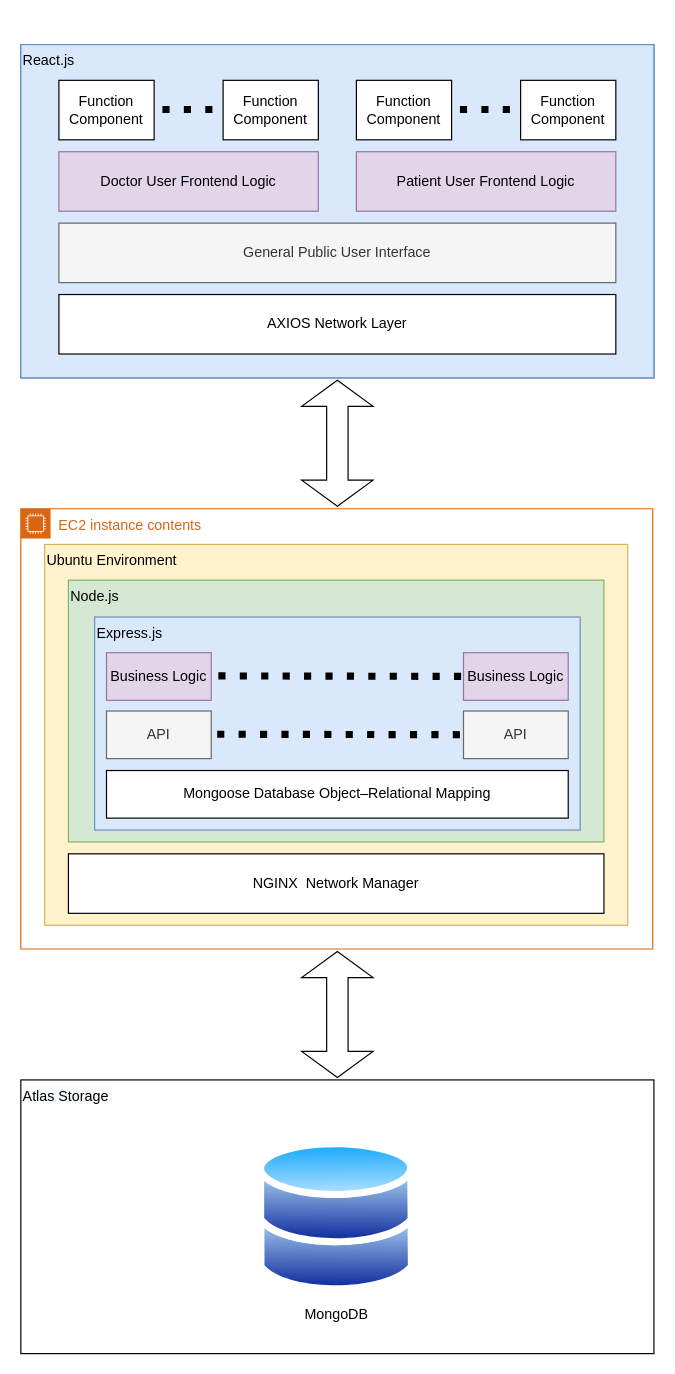
Before: Design/NEUROSOFT.drawio in DMinghao/NEUROSOFT, a draw.io diagram. Source tidied: cells renumbered, new cells numbered last; positions are measured from the earlier drawing's top-left corner, leaving out a move shared by most shapes. Both pictures are drawn from the tidied source at 119%, with x=0, y=0 at pixel (20, 44).
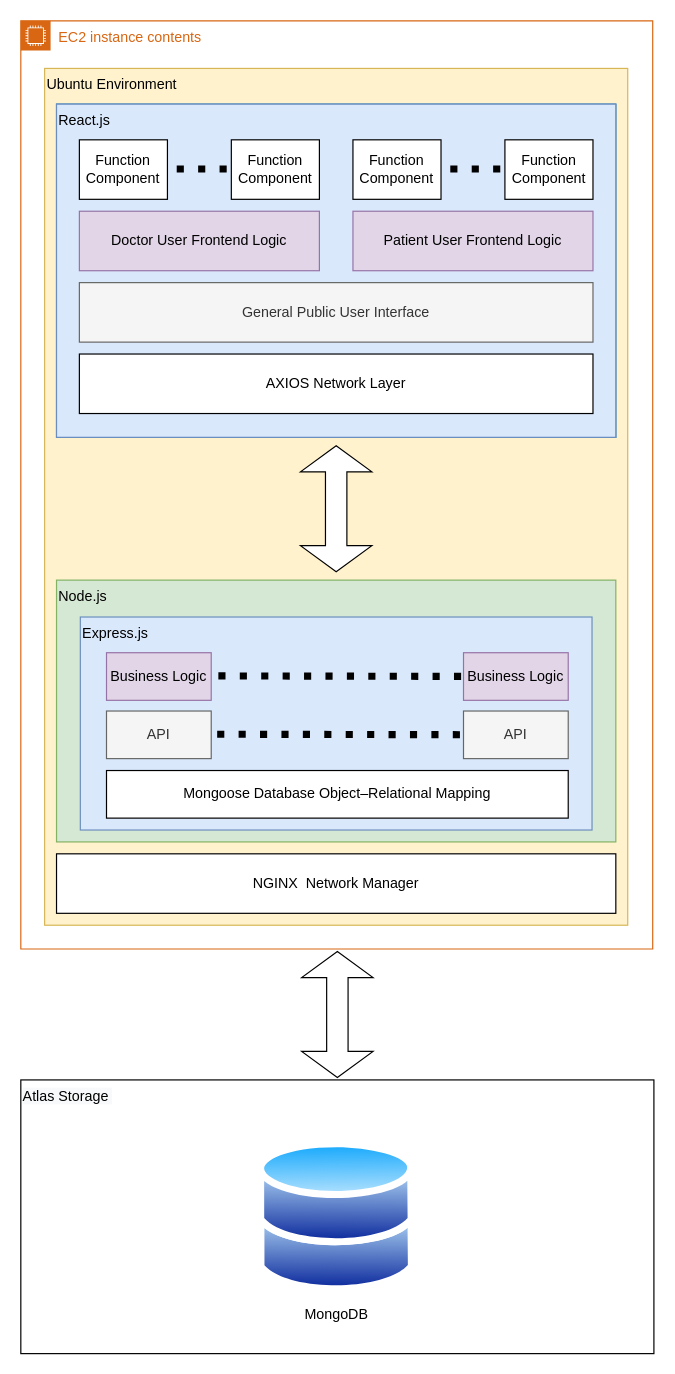
The same page after the edit.

The change refers to these unchanged cells:
```xml
<mxCell id="2" style="group;" parent="1" vertex="1">
  <mxGeometry y="390" width="531" height="370" as="geometry" />
</mxCell>
```

What changed in the source:
```diff
@@
     <mxCell id="3" value="EC2 instance contents" style="gradientColor=none;html=1;whiteSpace=wrap;fontSize=12;fontStyle=0;shape=mxgraph.aws4.group;grIcon=mxgraph.aws4.group_ec2_instance_contents;strokeColor=#D86613;verticalAlign=top;align=left;spacingLeft=30;fontColor=#D86613;dashed=0;" parent="2" vertex="1">
-      <mxGeometry width="531" height="370" as="geometry" />
+      <mxGeometry y="-410" width="531" height="780" as="geometry" />
     </mxCell>
     <mxCell id="4" style="rounded=0;whiteSpace=wrap;html=1;fillColor=#fff2cc;strokeColor=#d6b656;" parent="2" vertex="1">
-      <mxGeometry x="20" y="30" width="490" height="320" as="geometry" />
+      <mxGeometry x="20" y="-370" width="490" height="720" as="geometry" />
     </mxCell>
     <mxCell id="5" value="NGINX&amp;nbsp; Network Manager" style="rounded=0;whiteSpace=wrap;html=1;labelBackgroundColor=none;fillColor=#ffffff;fontColor=#000000;" parent="2" vertex="1">
-      <mxGeometry x="40" y="290" width="450" height="50" as="geometry" />
+      <mxGeometry x="30" y="290" width="470" height="50" as="geometry" />
     </mxCell>
     <mxCell id="6" style="rounded=0;whiteSpace=wrap;html=1;labelBackgroundColor=none;fillColor=#d5e8d4;strokeColor=#82b366;" parent="2" vertex="1">
-      <mxGeometry x="40" y="60" width="450" height="220" as="geometry" />
+      <mxGeometry x="30" y="60" width="470" height="220" as="geometry" />
     </mxCell>
     <mxCell id="7" value="&lt;span style=&quot;color: rgb(0, 0, 0); font-family: helvetica; font-size: 12px; font-style: normal; font-weight: 400; letter-spacing: normal; text-align: center; text-indent: 0px; text-transform: none; word-spacing: 0px; display: inline; float: none;&quot;&gt;Node.js&lt;/span&gt;" style="text;whiteSpace=wrap;html=1;fontColor=#000000;labelBackgroundColor=none;" parent="2" vertex="1">
-      <mxGeometry x="40" y="60" width="74.6" height="34.1" as="geometry" />
+      <mxGeometry x="30" y="60" width="74.6" height="34.1" as="geometry" />
     </mxCell>
     <mxCell id="8" style="rounded=0;whiteSpace=wrap;html=1;labelBackgroundColor=none;fillColor=#dae8fc;strokeColor=#6c8ebf;" parent="2" vertex="1">
-      <mxGeometry x="62" y="91" width="408" height="179" as="geometry" />
+      <mxGeometry x="50" y="91" width="430" height="179" as="geometry" />
     </mxCell>
     <mxCell id="9" value="&lt;span style=&quot;color: rgb(0, 0, 0); font-family: helvetica; font-size: 12px; font-style: normal; font-weight: 400; letter-spacing: normal; text-align: center; text-indent: 0px; text-transform: none; word-spacing: 0px; display: inline; float: none;&quot;&gt;Express.js&lt;/span&gt;" style="text;whiteSpace=wrap;html=1;fontColor=#000000;labelBackgroundColor=none;" parent="2" vertex="1">
-      <mxGeometry x="62" y="91" width="80" height="30" as="geometry" />
+      <mxGeometry x="50" y="91" width="80" height="30" as="geometry" />
     </mxCell>
@@
-    <mxCell id="17" style="html=1;shadow=0;dashed=0;align=center;verticalAlign=middle;shape=mxgraph.arrows2.twoWayArrow;dy=0.7;dx=22;labelBackgroundColor=none;fillColor=#ffffff;fontColor=#000000;rotation=90;" parent="1" vertex="1">
-      <mxGeometry x="213" y="785" width="106" height="60" as="geometry" />
-    </mxCell>
-    <mxCell id="18" style="group;" parent="1" vertex="1">
-      <mxGeometry y="870" width="532" height="230" as="geometry" />
-    </mxCell>
-    <mxCell id="19" style="rounded=0;whiteSpace=wrap;html=1;labelBackgroundColor=none;fillColor=#ffffff;fontColor=#000000;" parent="18" vertex="1">
-      <mxGeometry width="532" height="230" as="geometry" />
-    </mxCell>
-    <mxCell id="20" value="&lt;span&gt;MongoDB&lt;/span&gt;" style="perimeter=ellipsePerimeter;html=1;align=center;shadow=0;dashed=0;spacingTop=3;image;image=img/lib/active_directory/databases.svg;labelBackgroundColor=none;fillColor=#ffffff;fontColor=#000000;" parent="18" vertex="1">
-      <mxGeometry x="199" y="50" width="132.7" height="130" as="geometry" />
-    </mxCell>
-    <mxCell id="21" value="&lt;span style=&quot;color: rgb(0 , 0 , 0) ; font-family: &amp;#34;helvetica&amp;#34; ; font-size: 12px ; font-style: normal ; font-weight: 400 ; letter-spacing: normal ; text-align: center ; text-indent: 0px ; text-transform: none ; word-spacing: 0px ; background-color: rgb(248 , 249 , 250) ; display: inline ; float: none&quot;&gt;Atlas Storage&amp;nbsp;&lt;/span&gt;" style="text;whiteSpace=wrap;html=1;fontColor=#000000;" parent="18" vertex="1">
-      <mxGeometry width="102" height="30" as="geometry" />
-    </mxCell>
-    <mxCell id="22" style="html=1;shadow=0;dashed=0;align=center;verticalAlign=middle;shape=mxgraph.arrows2.twoWayArrow;dy=0.7;dx=22;labelBackgroundColor=none;fillColor=#ffffff;fontColor=#000000;rotation=90;" parent="1" vertex="1">
-      <mxGeometry x="213" y="305" width="106" height="60" as="geometry" />
-    </mxCell>
-    <mxCell id="23" style="group;fillColor=#1ba1e2;strokeColor=#006EAF;fontColor=#ffffff;" parent="1" vertex="1">
-      <mxGeometry width="532" height="280" as="geometry" />
+    <mxCell id="23" style="group;fillColor=#1ba1e2;strokeColor=#006EAF;fontColor=#ffffff;" parent="2" vertex="1">
+      <mxGeometry x="30" y="-340" width="470" height="280" as="geometry" />
     </mxCell>
     <mxCell id="24" style="rounded=0;whiteSpace=wrap;html=1;labelBackgroundColor=none;fillColor=#dae8fc;strokeColor=#6c8ebf;" parent="23" vertex="1">
-      <mxGeometry width="532" height="280" as="geometry" />
+      <mxGeometry width="470" height="280" as="geometry" />
     </mxCell>
     <mxCell id="25" value="&lt;span style=&quot;color: rgb(0, 0, 0); font-family: helvetica; font-size: 12px; font-style: normal; font-weight: 400; letter-spacing: normal; text-align: center; text-indent: 0px; text-transform: none; word-spacing: 0px; display: inline; float: none;&quot;&gt;React.js&lt;/span&gt;" style="text;whiteSpace=wrap;html=1;fontColor=#000000;labelBackgroundColor=none;" parent="23" vertex="1">
-      <mxGeometry width="70" height="30" as="geometry" />
+      <mxGeometry width="61.8" height="30" as="geometry" />
     </mxCell>
     <mxCell id="26" value="AXIOS Network Layer" style="rounded=0;whiteSpace=wrap;html=1;labelBackgroundColor=none;" parent="23" vertex="1">
-      <mxGeometry x="32" y="210" width="468" height="50" as="geometry" />
+      <mxGeometry x="19.2" y="210" width="431.6" height="50" as="geometry" />
     </mxCell>
     <mxCell id="27" value="Doctor User Frontend Logic" style="rounded=0;whiteSpace=wrap;html=1;labelBackgroundColor=none;fillColor=#e1d5e7;strokeColor=#9673a6;" parent="23" vertex="1">
-      <mxGeometry x="32" y="90" width="218" height="50" as="geometry" />
+      <mxGeometry x="19.2" y="90" width="201.7" height="50" as="geometry" />
     </mxCell>
     <mxCell id="28" value="&lt;span&gt;Patient User Frontend Logic&lt;/span&gt;" style="rounded=0;whiteSpace=wrap;html=1;labelBackgroundColor=none;fillColor=#e1d5e7;strokeColor=#9673a6;" parent="23" vertex="1">
-      <mxGeometry x="282" y="90" width="218" height="50" as="geometry" />
+      <mxGeometry x="249.1" y="90" width="201.7" height="50" as="geometry" />
     </mxCell>
     <mxCell id="29" value="General Public User Interface" style="rounded=0;whiteSpace=wrap;html=1;labelBackgroundColor=none;fillColor=#f5f5f5;fontColor=#333333;strokeColor=#666666;" parent="23" vertex="1">
-      <mxGeometry x="32" y="150" width="468" height="50" as="geometry" />
+      <mxGeometry x="19.2" y="150" width="431.6" height="50" as="geometry" />
     </mxCell>
     <mxCell id="30" style="group;" parent="23" vertex="1">
-      <mxGeometry x="32" y="30" width="218" height="50" as="geometry" />
+      <mxGeometry x="19.2" y="30" width="201.7" height="50" as="geometry" />
     </mxCell>
     <mxCell id="31" style="endArrow=none;dashed=1;html=1;dashPattern=1 2;strokeWidth=6;fontColor=#000000;rounded=1;jumpSize=6;endSize=0;startSize=0;" parent="30" edge="1">
       <mxGeometry relative="1" as="geometry">
-        <mxPoint x="69" y="24.5" as="sourcePoint" />
-        <mxPoint x="149" y="24.5" as="targetPoint" />
+        <mxPoint x="63.8" y="24.5" as="sourcePoint" />
+        <mxPoint x="137.8" y="24.5" as="targetPoint" />
       </mxGeometry>
     </mxCell>
     <mxCell id="32" value="Function Component" style="rounded=0;whiteSpace=wrap;html=1;labelBackgroundColor=none;fillColor=#ffffff;fontColor=#000000;" parent="30" vertex="1">
-      <mxGeometry width="80" height="50" as="geometry" />
+      <mxGeometry width="74" height="50" as="geometry" />
     </mxCell>
     <mxCell id="33" value="Function Component" style="rounded=0;whiteSpace=wrap;html=1;labelBackgroundColor=none;fillColor=#ffffff;fontColor=#000000;" parent="30" vertex="1">
-      <mxGeometry x="138" width="80" height="50" as="geometry" />
+      <mxGeometry x="127.7" width="74" height="50" as="geometry" />
     </mxCell>
     <mxCell id="34" style="group;" parent="23" vertex="1">
-      <mxGeometry x="282" y="30" width="218" height="50" as="geometry" />
+      <mxGeometry x="249.1" y="30" width="201.7" height="50" as="geometry" />
     </mxCell>
     <mxCell id="35" style="endArrow=none;dashed=1;html=1;dashPattern=1 2;strokeWidth=6;fontColor=#000000;rounded=1;jumpSize=6;endSize=0;startSize=0;" parent="34" edge="1">
       <mxGeometry relative="1" as="geometry">
-        <mxPoint x="69" y="24.5" as="sourcePoint" />
-        <mxPoint x="149" y="24.5" as="targetPoint" />
+        <mxPoint x="63.8" y="24.5" as="sourcePoint" />
+        <mxPoint x="137.8" y="24.5" as="targetPoint" />
       </mxGeometry>
     </mxCell>
     <mxCell id="36" value="Function Component" style="rounded=0;whiteSpace=wrap;html=1;labelBackgroundColor=none;fillColor=#ffffff;fontColor=#000000;" parent="34" vertex="1">
-      <mxGeometry width="80" height="50" as="geometry" />
+      <mxGeometry width="74" height="50" as="geometry" />
     </mxCell>
     <mxCell id="37" value="Function Component" style="rounded=0;whiteSpace=wrap;html=1;labelBackgroundColor=none;fillColor=#ffffff;fontColor=#000000;" parent="34" vertex="1">
-      <mxGeometry x="138" width="80" height="50" as="geometry" />
+      <mxGeometry x="127.7" width="74" height="50" as="geometry" />
     </mxCell>
+    <mxCell id="17" style="html=1;shadow=0;dashed=0;align=center;verticalAlign=middle;shape=mxgraph.arrows2.twoWayArrow;dy=0.7;dx=22;labelBackgroundColor=none;fillColor=#ffffff;fontColor=#000000;rotation=90;" parent="1" vertex="1">
+      <mxGeometry x="213" y="785" width="106" height="60" as="geometry" />
+    </mxCell>
+    <mxCell id="18" style="group;" parent="1" vertex="1">
+      <mxGeometry y="870" width="532" height="230" as="geometry" />
+    </mxCell>
+    <mxCell id="19" style="rounded=0;whiteSpace=wrap;html=1;labelBackgroundColor=none;fillColor=#ffffff;fontColor=#000000;" parent="18" vertex="1">
+      <mxGeometry width="532" height="230" as="geometry" />
+    </mxCell>
+    <mxCell id="20" value="&lt;span&gt;MongoDB&lt;/span&gt;" style="perimeter=ellipsePerimeter;html=1;align=center;shadow=0;dashed=0;spacingTop=3;image;image=img/lib/active_directory/databases.svg;labelBackgroundColor=none;fillColor=#ffffff;fontColor=#000000;" parent="18" vertex="1">
+      <mxGeometry x="199" y="50" width="132.7" height="130" as="geometry" />
+    </mxCell>
+    <mxCell id="21" value="&lt;span style=&quot;color: rgb(0 , 0 , 0) ; font-family: &amp;#34;helvetica&amp;#34; ; font-size: 12px ; font-style: normal ; font-weight: 400 ; letter-spacing: normal ; text-align: center ; text-indent: 0px ; text-transform: none ; word-spacing: 0px ; background-color: rgb(248 , 249 , 250) ; display: inline ; float: none&quot;&gt;Atlas Storage&amp;nbsp;&lt;/span&gt;" style="text;whiteSpace=wrap;html=1;fontColor=#000000;" parent="18" vertex="1">
+      <mxGeometry width="102" height="30" as="geometry" />
+    </mxCell>
     <mxCell id="38" value="&lt;span style=&quot;font-family: helvetica; font-size: 12px; font-style: normal; font-weight: 400; letter-spacing: normal; text-align: center; text-indent: 0px; text-transform: none; word-spacing: 0px; display: inline; float: none;&quot;&gt;Ubuntu Environment&lt;/span&gt;" style="text;whiteSpace=wrap;html=1;labelBackgroundColor=none;" parent="1" vertex="1">
-      <mxGeometry x="20" y="420" width="153.9" height="43.5" as="geometry" />
+      <mxGeometry x="20" y="19.5" width="153.9" height="43.5" as="geometry" />
     </mxCell>
+    <mxCell id="22" style="html=1;shadow=0;dashed=0;align=center;verticalAlign=middle;shape=mxgraph.arrows2.twoWayArrow;dy=0.7;dx=22;labelBackgroundColor=none;fillColor=#ffffff;fontColor=#000000;rotation=90;" parent="1" vertex="1">
+      <mxGeometry x="212" y="360" width="106" height="60" as="geometry" />
+    </mxCell>
```
